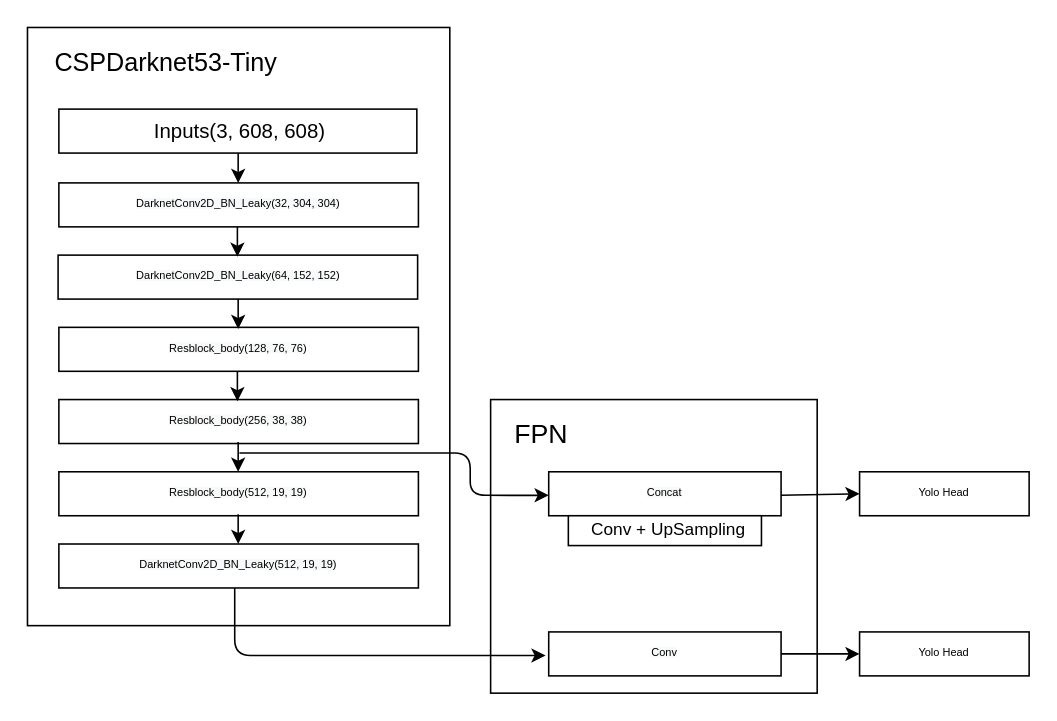
This is Untitled Diagram.drawio from zjie134/blog_pic, a draw.io file, before an edit. Source tidied: cells renumbered, new cells numbered last; positions are measured from the earlier drawing's top-left corner, leaving out a move shared by most shapes. Both pictures are drawn from the tidied source at 157%, with x=0, y=0 at pixel (27, 27).
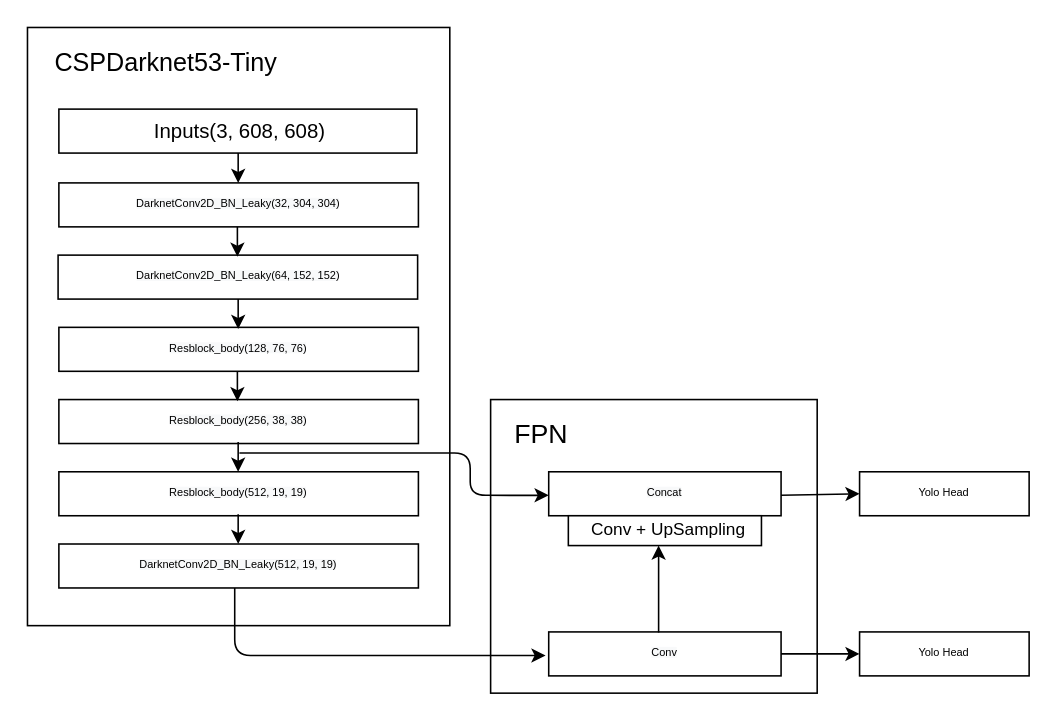
The same diagram, later.

The change refers to these unchanged cells:
```xml
<mxCell id="21" value="&lt;span style=&quot;color: rgb(0 , 0 , 0) ; font-family: &amp;#34;helvetica&amp;#34; ; font-style: normal ; font-weight: 400 ; letter-spacing: normal ; text-align: center ; text-indent: 0px ; text-transform: none ; word-spacing: 0px ; background-color: rgb(248 , 249 , 250) ; display: inline ; float: none ; font-size: 7px&quot;&gt;&lt;font style=&quot;font-size: 7px&quot;&gt;Conv&lt;/font&gt;&lt;/span&gt;" style="rounded=0;whiteSpace=wrap;html=1;strokeWidth=1;fontSize=7;" parent="1" vertex="1">
  <mxGeometry x="332" y="385" width="148" height="28" as="geometry" />
</mxCell>
```

What changed in the source:
```diff
@@
+    <mxCell id="30" style="endArrow=classic;html=1;fontSize=7;exitX=0.473;exitY=0.014;exitDx=0;exitDy=0;exitPerimeter=0;" parent="1" edge="1" source="21">
+      <mxGeometry relative="1" as="geometry">
+        <mxPoint x="402" y="330" as="targetPoint" />
+      </mxGeometry>
+    </mxCell>
```
